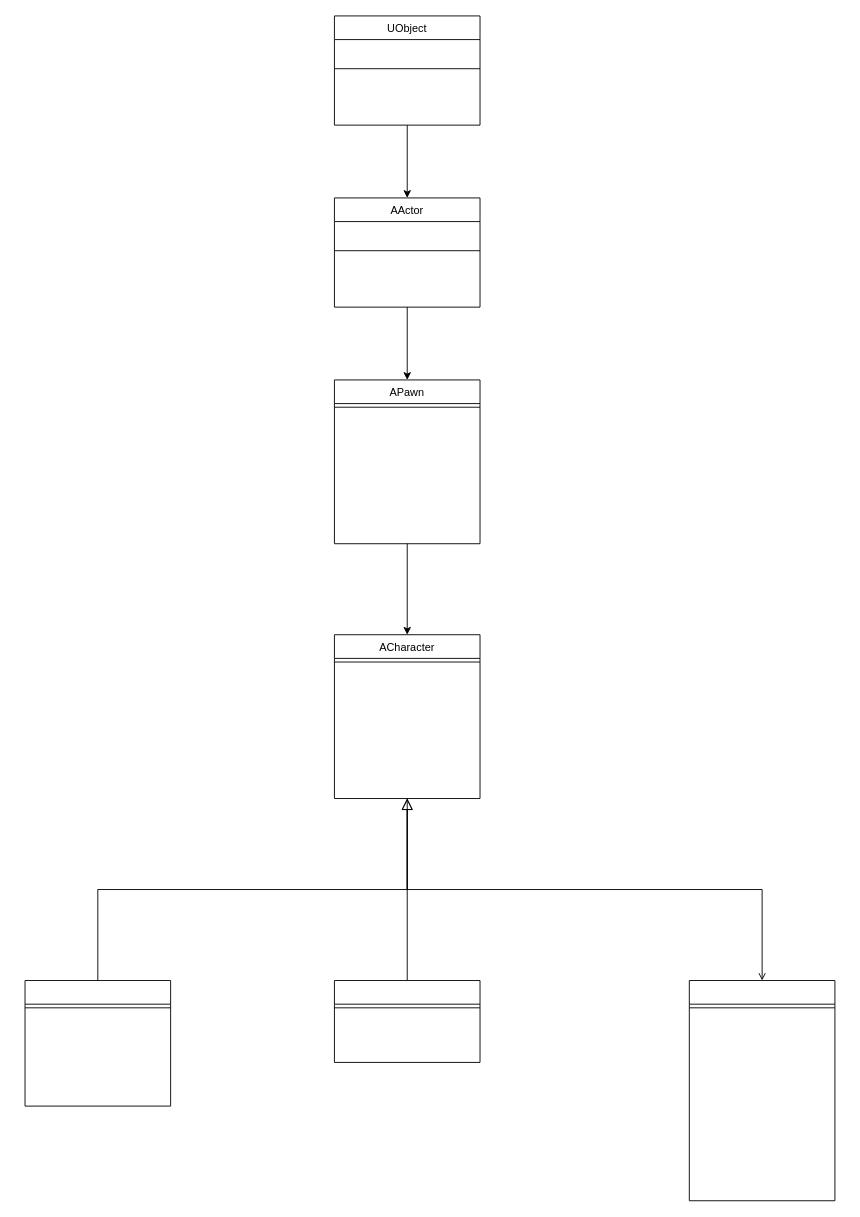
Earlier version of the draw.io diagram 제목 없는 다이어그램.drawio (chataeg/stash). Source tidied: cells renumbered, new cells numbered last; positions are measured from the earlier drawing's top-left corner, leaving out a move shared by most shapes. Both pictures are drawn from the tidied source at 91%, with x=0, y=0 at pixel (25, 15).
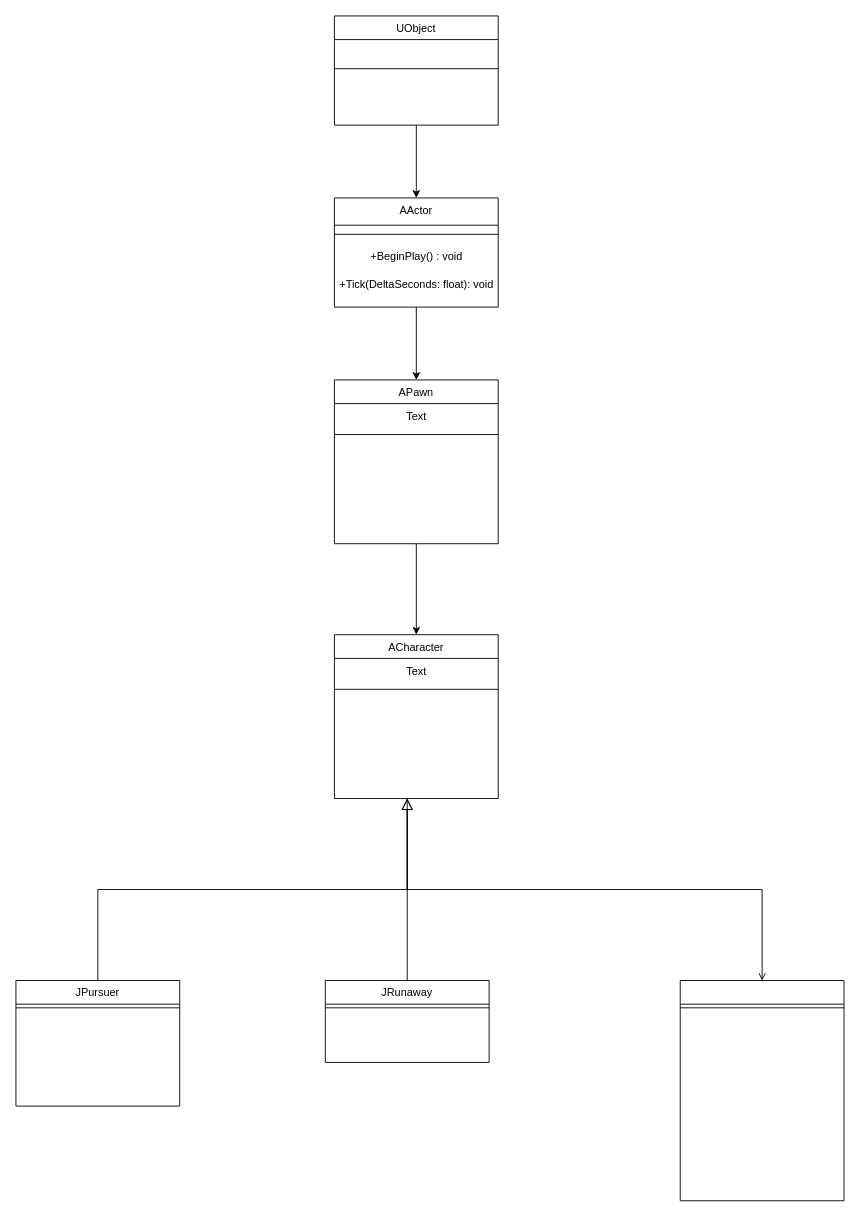
The same diagram, later.

Commit message (it also covers changes not shown here):
제목 없는 다이어그램.drawio 업데이트

Change to the diagram source:
```diff
@@
     <mxCell id="2" value="APawn" style="swimlane;fontStyle=0;align=center;verticalAlign=top;horizontal=1;startSize=26;rounded=0;shadow=0;strokeWidth=1;" parent="1" vertex="1">
-      <mxGeometry x="340" y="400" width="160" height="180" as="geometry" />
+      <mxGeometry x="340" y="400" width="180" height="180" as="geometry" />
     </mxCell>
+    <mxCell id="22" value="Text" style="text;html=1;align=center;verticalAlign=middle;strokeColor=none;fillColor=none;" parent="2" vertex="1">
+      <mxGeometry y="26" width="180" height="30" as="geometry" />
+    </mxCell>
     <mxCell id="3" style="line;html=1;strokeWidth=1;align=left;verticalAlign=middle;spacingTop=-1;spacingLeft=3;spacingRight=3;labelPosition=right;" parent="2" vertex="1">
-      <mxGeometry y="26" width="160" height="8" as="geometry" />
+      <mxGeometry y="56" width="180" height="8" as="geometry" />
     </mxCell>
-    <mxCell id="4" style="swimlane;fontStyle=0;align=center;verticalAlign=top;horizontal=1;startSize=26;rounded=0;shadow=0;strokeWidth=1;" parent="1" vertex="1">
-      <mxGeometry y="1060" width="160" height="138" as="geometry" />
+    <mxCell id="4" value="JPursuer" style="swimlane;fontStyle=0;align=center;verticalAlign=top;horizontal=1;startSize=26;rounded=0;shadow=0;strokeWidth=1;" parent="1" vertex="1">
+      <mxGeometry x="-10" y="1060" width="180" height="138" as="geometry" />
     </mxCell>
     <mxCell id="5" style="line;html=1;strokeWidth=1;align=left;verticalAlign=middle;spacingTop=-1;spacingLeft=3;spacingRight=3;labelPosition=right;" parent="4" vertex="1">
-      <mxGeometry y="26" width="160" height="8" as="geometry" />
+      <mxGeometry y="26" width="180" height="8" as="geometry" />
     </mxCell>
@@
-    <mxCell id="7" style="swimlane;fontStyle=0;align=center;verticalAlign=top;horizontal=1;startSize=26;rounded=0;shadow=0;strokeWidth=1;" parent="1" vertex="1">
-      <mxGeometry x="340" y="1060" width="160" height="90" as="geometry" />
+    <mxCell id="7" value="JRunaway" style="swimlane;fontStyle=0;align=center;verticalAlign=top;horizontal=1;startSize=26;rounded=0;shadow=0;strokeWidth=1;" parent="1" vertex="1">
+      <mxGeometry x="330" y="1060" width="180" height="90" as="geometry" />
     </mxCell>
     <mxCell id="8" style="line;html=1;strokeWidth=1;align=left;verticalAlign=middle;spacingTop=-1;spacingLeft=3;spacingRight=3;labelPosition=right;" parent="7" vertex="1">
-      <mxGeometry y="26" width="160" height="8" as="geometry" />
+      <mxGeometry y="26" width="180" height="8" as="geometry" />
     </mxCell>
@@
     <mxCell id="10" style="swimlane;fontStyle=0;align=center;verticalAlign=top;horizontal=1;startSize=26;rounded=0;shadow=0;strokeWidth=1;" parent="1" vertex="1">
-      <mxGeometry x="730" y="1060" width="160" height="242" as="geometry" />
+      <mxGeometry x="720" y="1060" width="180" height="242" as="geometry" />
     </mxCell>
     <mxCell id="11" style="line;html=1;strokeWidth=1;align=left;verticalAlign=middle;spacingTop=-1;spacingLeft=3;spacingRight=3;labelPosition=right;" parent="10" vertex="1">
-      <mxGeometry y="26" width="160" height="8" as="geometry" />
+      <mxGeometry y="26" width="180" height="8" as="geometry" />
     </mxCell>
@@
     <mxCell id="13" value="UObject" style="swimlane;fontStyle=0;align=center;verticalAlign=top;horizontal=1;startSize=26;rounded=0;shadow=0;strokeWidth=1;" parent="1" vertex="1">
-      <mxGeometry x="340" width="160" height="120" as="geometry" />
+      <mxGeometry x="340" width="180" height="120" as="geometry" />
     </mxCell>
     <mxCell id="14" style="line;html=1;strokeWidth=1;align=left;verticalAlign=middle;spacingTop=-1;spacingLeft=3;spacingRight=3;labelPosition=right;" parent="13" vertex="1">
-      <mxGeometry y="26" width="160" height="64" as="geometry" />
+      <mxGeometry y="26" width="180" height="64" as="geometry" />
     </mxCell>
-    <mxCell id="15" value="AActor&#10;" style="swimlane;fontStyle=0;align=center;verticalAlign=top;horizontal=1;startSize=26;rounded=0;shadow=0;strokeWidth=1;" parent="1" vertex="1">
-      <mxGeometry x="340" y="200" width="160" height="120" as="geometry" />
+    <mxCell id="15" value="AActor&#10;" style="swimlane;fontStyle=0;align=center;verticalAlign=top;horizontal=1;startSize=30;rounded=0;shadow=0;strokeWidth=1;" parent="1" vertex="1">
+      <mxGeometry x="340" y="200" width="180" height="120" as="geometry" />
     </mxCell>
     <mxCell id="16" style="line;html=1;strokeWidth=1;align=left;verticalAlign=middle;spacingTop=-1;spacingLeft=3;spacingRight=3;labelPosition=right;" parent="15" vertex="1">
-      <mxGeometry y="26" width="160" height="64" as="geometry" />
+      <mxGeometry y="30" width="180" height="20" as="geometry" />
     </mxCell>
+    <mxCell id="23" value="+BeginPlay() : void" style="text;html=1;align=center;verticalAlign=middle;strokeColor=none;fillColor=none;" parent="15" vertex="1">
+      <mxGeometry y="50" width="180" height="30" as="geometry" />
+    </mxCell>
+    <mxCell id="24" value="+Tick(DeltaSeconds: float): void" style="text;html=1;align=center;verticalAlign=middle;strokeColor=none;fillColor=none;" parent="15" vertex="1">
+      <mxGeometry y="80" width="180" height="30" as="geometry" />
+    </mxCell>
@@
     <mxCell id="19" value="ACharacter&#10;" style="swimlane;fontStyle=0;align=center;verticalAlign=top;horizontal=1;startSize=26;rounded=0;shadow=0;strokeWidth=1;" parent="1" vertex="1">
-      <mxGeometry x="340" y="680" width="160" height="180" as="geometry" />
+      <mxGeometry x="340" y="680" width="180" height="180" as="geometry" />
     </mxCell>
+    <mxCell id="25" value="Text" style="text;html=1;align=center;verticalAlign=middle;strokeColor=none;fillColor=none;" parent="19" vertex="1">
+      <mxGeometry y="26" width="180" height="30" as="geometry" />
+    </mxCell>
     <mxCell id="20" style="line;html=1;strokeWidth=1;align=left;verticalAlign=middle;spacingTop=-1;spacingLeft=3;spacingRight=3;labelPosition=right;" parent="19" vertex="1">
-      <mxGeometry y="26" width="160" height="8" as="geometry" />
+      <mxGeometry y="56" width="180" height="8" as="geometry" />
     </mxCell>
```
